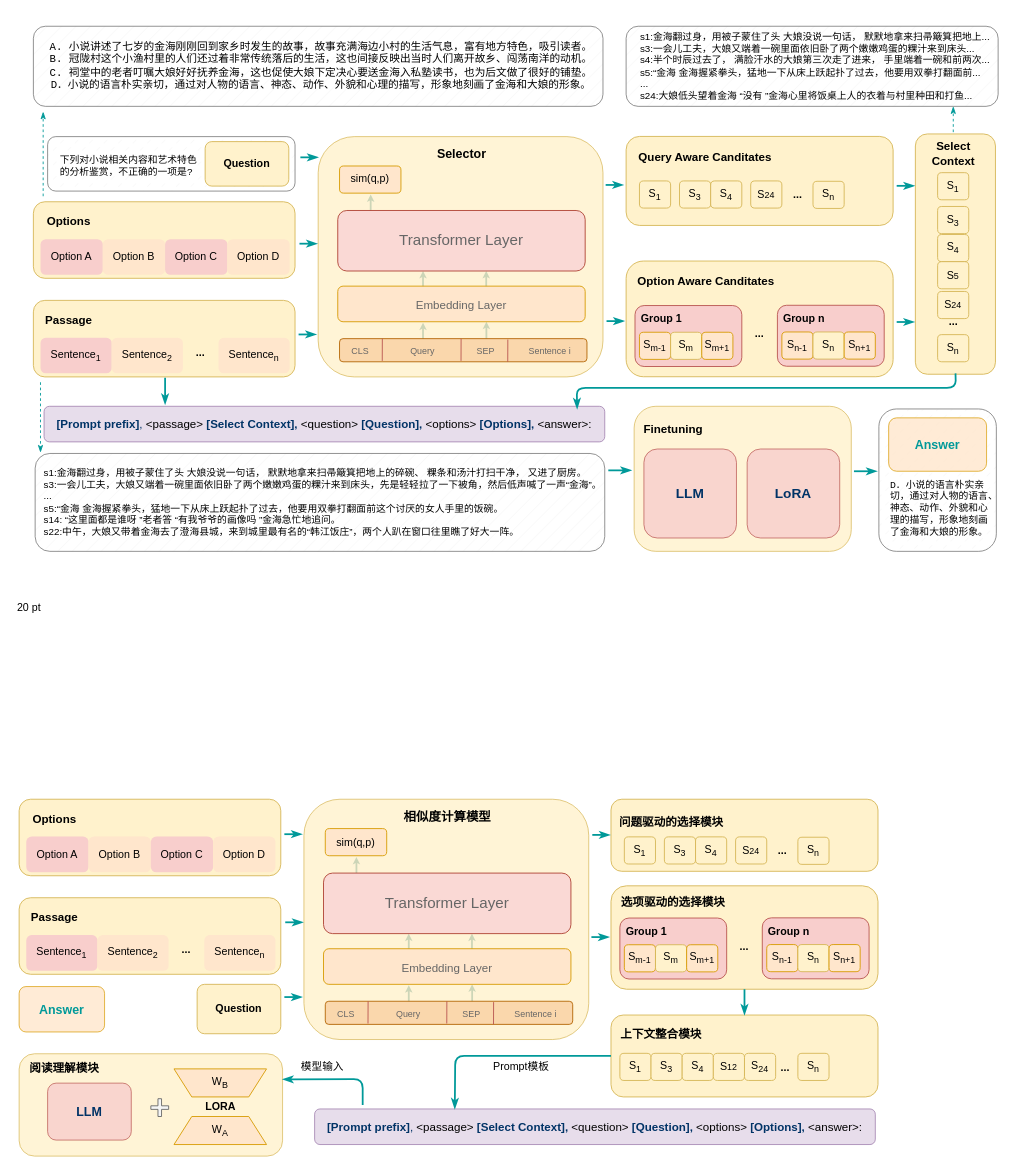
This is page "option-1" (9 of 13) of research.drawio from Asimok/draw, a draw.io file, before an edit. Source tidied: cells renumbered, new cells numbered last; positions are measured from the earlier drawing's top-left corner, leaving out a move shared by most shapes. Both pictures are drawn from the tidied source at 89%, with x=0, y=0 at pixel (15, 15).
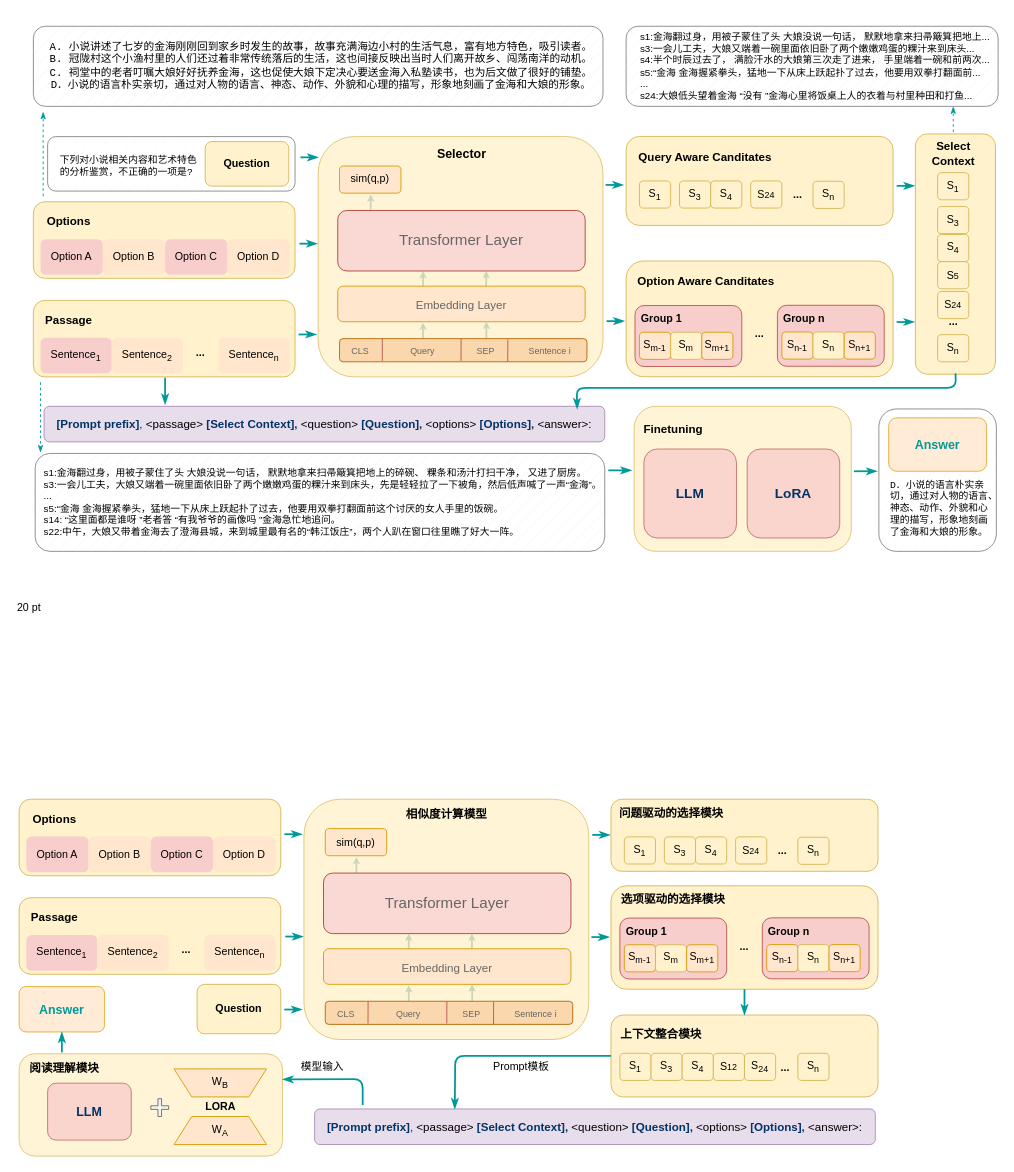
The same diagram, later.

The change refers to these unchanged cells:
```xml
<mxCell id="159" value="&lt;div style=&quot;&quot;&gt;&lt;div style=&quot;&quot; class=&quot;old-record-id-Yy6udGUAGoeq4YxWGWgc8CmznAh&quot;&gt;&lt;div style=&quot;&quot;&gt;&lt;div class=&quot;old-record-id-LsEKdqQSworhZmxPmoCcQG5mnKg&quot; style=&quot;&quot;&gt;&lt;div style=&quot;&quot;&gt;&lt;div style=&quot;&quot; class=&quot;ace-line ace-line old-record-id-AMYidXnhoo489fxQ9qdcv3c9nPg&quot;&gt;&lt;b style=&quot;&quot;&gt;&lt;font style=&quot;font-size: 14px;&quot; color=&quot;#009999&quot;&gt;Answer&lt;/font&gt;&lt;/b&gt;&lt;/div&gt;&lt;/div&gt;&lt;/div&gt;&lt;/div&gt;&lt;/div&gt;&lt;/div&gt;" style="rounded=1;whiteSpace=wrap;html=1;fillColor=#ffe6cc;strokeColor=#d79b00;shadow=0;glass=0;labelBackgroundColor=none;fillStyle=auto;opacity=80;" parent="1" vertex="1">
  <mxGeometry x="4" y="1091" width="96" height="51" as="geometry" />
</mxCell>
```

What changed in the source:
```diff
@@
     <mxCell id="115" value="&lt;a style=&quot;text-align: start;&quot; name=&quot;_Hlk156668105&quot;&gt;&lt;span style=&quot;font-family: 宋体;&quot;&gt;&lt;b style=&quot;&quot;&gt;&lt;font style=&quot;font-size: 13px;&quot;&gt;选项驱动的选择模块&lt;/font&gt;&lt;/b&gt;&lt;/span&gt;&lt;/a&gt;&lt;span style=&quot;font-size: medium; text-align: start;&quot;&gt;&lt;/span&gt;" style="text;html=1;strokeColor=none;fillColor=none;align=center;verticalAlign=middle;whiteSpace=wrap;rounded=0;" parent="1" vertex="1">
-      <mxGeometry x="659" y="979.5" width="160" height="30" as="geometry" />
+      <mxGeometry x="659" y="976.5" width="160" height="30" as="geometry" />
     </mxCell>
@@
     <mxCell id="127" value="&lt;div style=&quot;text-align: right;&quot;&gt;&lt;span style=&quot;font-family: 宋体; background-color: initial;&quot;&gt;&lt;b style=&quot;&quot;&gt;&lt;font style=&quot;font-size: 13px;&quot;&gt;问题驱动的选择模块&lt;/font&gt;&lt;/b&gt;&lt;/span&gt;&lt;/div&gt;&lt;span style=&quot;font-size: medium; text-align: start;&quot;&gt;&lt;/span&gt;" style="text;html=1;strokeColor=none;fillColor=none;align=center;verticalAlign=middle;whiteSpace=wrap;rounded=0;" parent="1" vertex="1">
-      <mxGeometry x="656.5" y="890.5" width="160" height="30" as="geometry" />
+      <mxGeometry x="656.5" y="880.5" width="160" height="30" as="geometry" />
     </mxCell>
@@
-    <mxCell id="140" value="&lt;div style=&quot;caret-color: rgb(0, 0, 0); color: rgb(0, 0, 0);&quot;&gt;&lt;div style=&quot;&quot; class=&quot;old-record-id-Yy6udGUAGoeq4YxWGWgc8CmznAh&quot;&gt;&lt;span style=&quot;font-size: 14px;&quot;&gt;&lt;b&gt;相似度计算模型&lt;/b&gt;&lt;/span&gt;&lt;/div&gt;&lt;/div&gt;&lt;font style=&quot;font-size: 15.360001px;&quot; color=&quot;#006666&quot;&gt;&lt;/font&gt;" style="text;html=1;align=center;verticalAlign=middle;strokeColor=none;fillColor=none;fontSize=15;fontColor=#006666;" parent="1" vertex="1">
-      <mxGeometry x="427" y="884.5" width="116" height="30" as="geometry" />
+    <mxCell id="140" value="&lt;div style=&quot;caret-color: rgb(0, 0, 0); color: rgb(0, 0, 0);&quot;&gt;&lt;div style=&quot;&quot; class=&quot;old-record-id-Yy6udGUAGoeq4YxWGWgc8CmznAh&quot;&gt;&lt;b style=&quot;&quot;&gt;&lt;font style=&quot;font-size: 13px;&quot;&gt;相似度计算模型&lt;/font&gt;&lt;/b&gt;&lt;/div&gt;&lt;/div&gt;&lt;font style=&quot;font-size: 15.360001px;&quot; color=&quot;#006666&quot;&gt;&lt;/font&gt;" style="text;html=1;align=center;verticalAlign=middle;strokeColor=none;fillColor=none;fontSize=15;fontColor=#006666;" parent="1" vertex="1">
+      <mxGeometry x="429.5" y="880.5" width="109" height="30" as="geometry" />
     </mxCell>
@@
     <mxCell id="154" style="endArrow=classicThin;html=1;rounded=1;strokeWidth=2;endFill=1;strokeColor=#009999;" parent="1" edge="1">
       <mxGeometry relative="1" as="geometry">
-        <mxPoint x="303" y="1018.8" as="sourcePoint" />
-        <mxPoint x="323" y="1018.8" as="targetPoint" />
+        <mxPoint x="303" y="1034.8" as="sourcePoint" />
+        <mxPoint x="323" y="1034.8" as="targetPoint" />
       </mxGeometry>
     </mxCell>
     <mxCell id="155" style="endArrow=classicThin;html=1;rounded=1;strokeWidth=2;endFill=1;strokeColor=#009999;" parent="1" edge="1">
       <mxGeometry relative="1" as="geometry">
-        <mxPoint x="302" y="1102.8" as="sourcePoint" />
-        <mxPoint x="322" y="1102.8" as="targetPoint" />
+        <mxPoint x="302" y="1116.8" as="sourcePoint" />
+        <mxPoint x="322" y="1116.8" as="targetPoint" />
       </mxGeometry>
     </mxCell>
@@
+    <mxCell id="174" style="endArrow=classicThin;html=1;rounded=1;strokeWidth=2;endFill=1;strokeColor=#009999;entryX=0.5;entryY=1;entryDx=0;entryDy=0;" parent="1" edge="1" target="159">
+      <mxGeometry relative="1" as="geometry">
+        <mxPoint x="52" y="1165" as="sourcePoint" />
+      </mxGeometry>
+    </mxCell>
```
